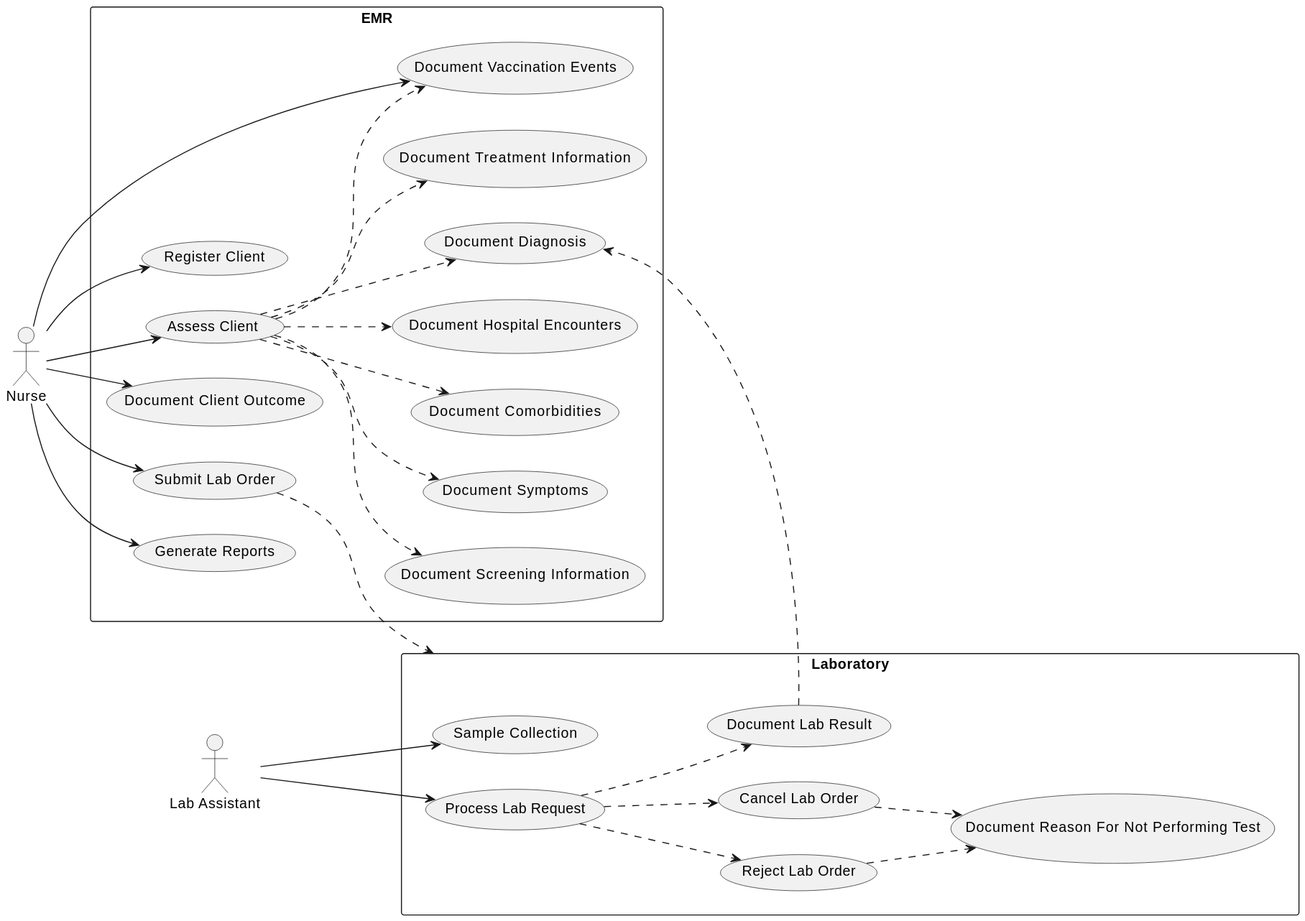
Above: input/includes/UseCaseDiagram.svg in openhie/covid19-casereporting (PlantUML), before the change. Source of this version:
```plantuml
@startuml UseCaseDiagram
left to right direction
actor "Nurse" as nurse
rectangle EMR {
  usecase "Register Client" as UC1
  usecase "Assess Client" as UC2
  usecase "Document Screening Information" as UC3
  usecase "Document Symptoms" as UC4
  usecase "Document Comorbidities" as UC5
  usecase "Document Hospital Encounters" as UC6
  usecase "Document Diagnosis" as UC8
  usecase "Document Treatment Information" as UC9
  usecase "Document Client Outcome" as UC10
  usecase "Submit Lab Order" as UC11
  usecase "Document Vaccination Events" as UC12
  usecase "Generate Reports" as UC13
}

nurse --> UC1
nurse --> UC2
nurse --> UC10
nurse --> UC11
nurse --> UC12
nurse --> UC13


(UC2) ..> (UC3)
(UC2) ..> (UC4)
(UC2) ..> (UC5)
(UC2) ..> (UC6)
(UC2) ..> (UC12)
(UC2) ..> (UC8)
(UC2) ..> (UC9)

actor "Lab Assistant" as lab
rectangle Laboratory {
  usecase "Sample Collection" as UC14
  usecase "Process Lab Request" as UC15
  usecase "Document Lab Result" as UC16
  usecase "Reject Lab Order" as UC17
  usecase "Cancel Lab Order" as UC18
  usecase "Document Reason For Not Performing Test" as UC19
}

lab --> UC14
lab --> UC15


(UC15) ..> (UC16)
(UC15) ..> (UC17)
(UC15) ..> (UC18)

(UC18) ..> (UC19)
(UC17) ..> (UC19)

(UC11) ..> Laboratory

(UC16) ..> (UC8)

@enduml
```
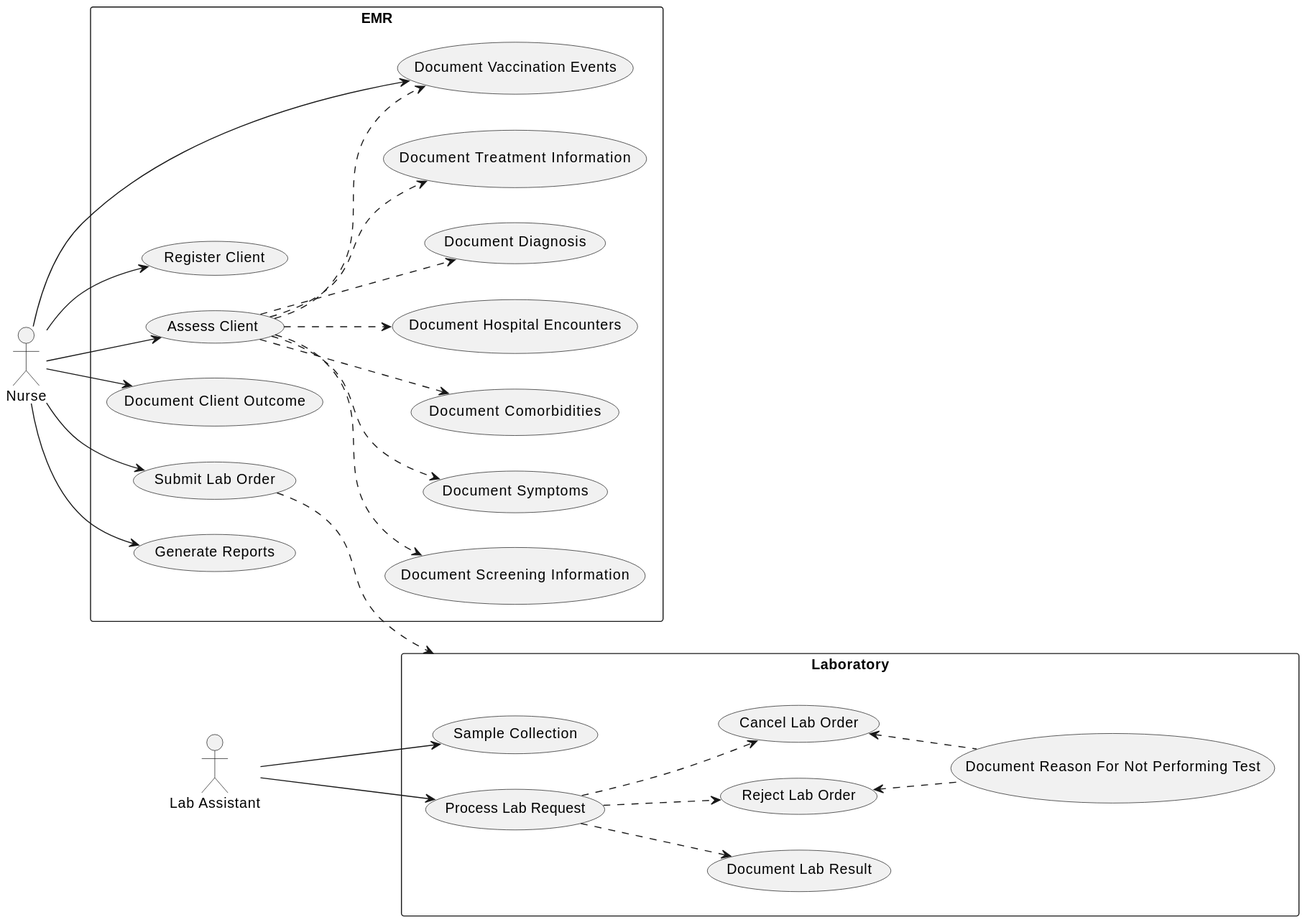
Above is the later version.

What changed in the source:
```diff
@@ -50,11 +50,10 @@
 (UC15) ..> (UC17)
 (UC15) ..> (UC18)
 
-(UC18) ..> (UC19)
-(UC17) ..> (UC19)
+(UC18) <.. (UC19)
+(UC17) <.. (UC19)
 
 (UC11) ..> Laboratory
 
-(UC16) ..> (UC8)
 
 @enduml
```
